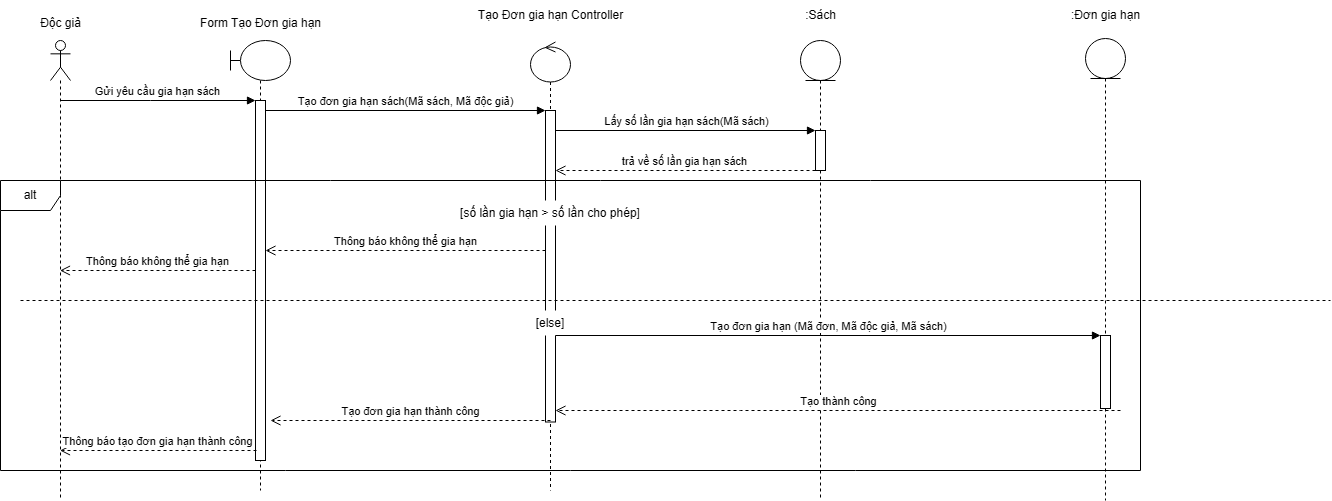
Above: Sequence Diagram/UC Gia hạn sách/Actor Độc giả - Gia Hạn Sách.drawio.png in kimcuongdev/LibrarySystemAD (draw.io), before the change. Source tidied: cells renumbered, new cells last; positions are measured from the earlier drawing's top-left corner, leaving out a move shared by most shapes.
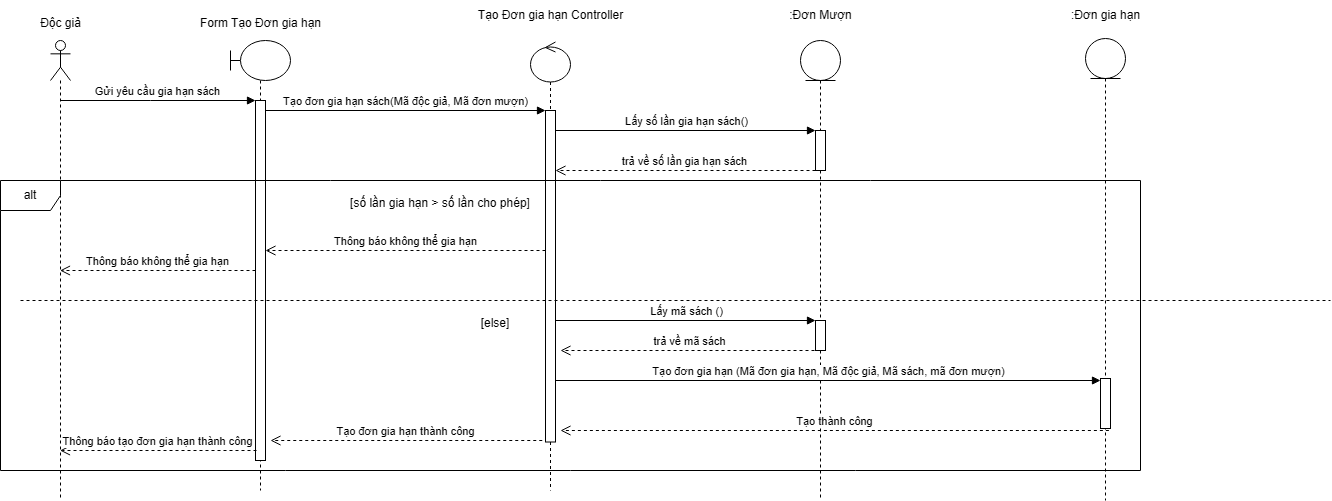
The same file after the commit.

Commit message:
update UC gia han sach

Diff of the diagram source:
```diff
@@ -15,7 +15,7 @@
       <mxGeometry x="530" y="41.5" width="40" height="448.5" as="geometry" />
     </mxCell>
     <mxCell id="6" style="html=1;points=[[0,0,0,0,5],[0,1,0,0,-5],[1,0,0,0,5],[1,1,0,0,-5]];perimeter=orthogonalPerimeter;outlineConnect=0;targetShapes=umlLifeline;portConstraint=eastwest;newEdgeStyle={&quot;curved&quot;:0,&quot;rounded&quot;:0};" parent="5" vertex="1">
-      <mxGeometry x="15" y="68.5" width="10" height="311.5" as="geometry" />
+      <mxGeometry x="15" y="68.5" width="10" height="331.5" as="geometry" />
     </mxCell>
     <mxCell id="7" value="Gửi yêu cầu gia hạn sách" style="html=1;verticalAlign=bottom;endArrow=block;curved=0;rounded=0;entryX=0;entryY=0;entryDx=0;entryDy=5;" parent="1" edge="1">
       <mxGeometry relative="1" as="geometry">
@@ -32,7 +32,7 @@
         <mxPoint x="59.5" y="270" as="targetPoint" />
       </mxGeometry>
     </mxCell>
-    <mxCell id="9" value="Tạo đơn gia hạn sách(Mã sách, Mã độc giả)" style="html=1;verticalAlign=bottom;endArrow=block;curved=0;rounded=0;" parent="1" edge="1">
+    <mxCell id="9" value="Tạo đơn gia hạn sách(Mã độc giả, Mã đơn mượn)" style="html=1;verticalAlign=bottom;endArrow=block;curved=0;rounded=0;" parent="1" edge="1">
       <mxGeometry relative="1" as="geometry">
         <mxPoint x="265" y="110" as="sourcePoint" />
         <mxPoint x="545" y="110" as="targetPoint" />
@@ -44,7 +44,10 @@
     <mxCell id="11" style="html=1;perimeter=orthogonalPerimeter;targetShapes=umlLifeline;newEdgeStyle={&quot;curved&quot;:0,&quot;rounded&quot;:0};" parent="10" vertex="1">
       <mxGeometry x="15" y="90" width="10" height="40" as="geometry" />
     </mxCell>
+    <mxCell id="31" style="html=1;perimeter=orthogonalPerimeter;targetShapes=umlLifeline;newEdgeStyle={&quot;curved&quot;:0,&quot;rounded&quot;:0};" parent="10" vertex="1">
+      <mxGeometry x="15" y="280" width="10" height="30" as="geometry" />
+    </mxCell>
-    <mxCell id="12" value="Lấy số lần gia hạn sách(Mã sách)" style="html=1;verticalAlign=bottom;endArrow=block;curved=0;rounded=0;entryX=0;entryY=0;entryDx=0;entryDy=5;" parent="1" edge="1">
+    <mxCell id="12" value="Lấy số lần gia hạn sách()" style="html=1;verticalAlign=bottom;endArrow=block;curved=0;rounded=0;entryX=0;entryY=0;entryDx=0;entryDy=5;" parent="1" edge="1">
       <mxGeometry relative="1" as="geometry">
         <mxPoint x="555" y="130" as="sourcePoint" />
         <mxPoint x="815" y="130" as="targetPoint" />
@@ -63,7 +66,7 @@
       </mxGeometry>
     </mxCell>
     <mxCell id="15" value="[số lần gia hạn &amp;gt; số lần cho phép]" style="text;html=1;align=center;verticalAlign=middle;whiteSpace=wrap;rounded=0;fillColor=default;" parent="1" vertex="1">
-      <mxGeometry x="450" y="200" width="200" height="25" as="geometry" />
+      <mxGeometry x="340" y="190" width="200" height="25" as="geometry" />
     </mxCell>
     <mxCell id="16" value="Thông báo tạo đơn gia hạn thành công" style="html=1;verticalAlign=bottom;endArrow=open;dashed=1;endSize=8;curved=0;rounded=0;exitX=0.1;exitY=0.982;exitDx=0;exitDy=0;exitPerimeter=0;" parent="1" edge="1">
       <mxGeometry relative="1" as="geometry">
@@ -81,7 +84,7 @@
       </mxGeometry>
     </mxCell>
     <mxCell id="19" value="[else]" style="text;html=1;align=center;verticalAlign=middle;whiteSpace=wrap;rounded=0;fillColor=default;" parent="1" vertex="1">
-      <mxGeometry x="525" y="310" width="50" height="25" as="geometry" />
+      <mxGeometry x="470" y="310" width="50" height="25" as="geometry" />
     </mxCell>
     <mxCell id="20" value="Độc giả" style="text;html=1;align=center;verticalAlign=middle;strokeColor=none;fillColor=default;" parent="1" vertex="1">
       <mxGeometry x="30" y="8" width="60" height="30" as="geometry" />
@@ -92,24 +95,24 @@
     <mxCell id="22" value="Tạo Đơn gia hạn Controller" style="text;html=1;align=center;verticalAlign=middle;strokeColor=none;fillColor=default;" parent="1" vertex="1">
       <mxGeometry x="460" width="180" height="30" as="geometry" />
     </mxCell>
-    <mxCell id="23" value=":Sách" style="text;html=1;align=center;verticalAlign=middle;strokeColor=none;fillColor=default;" parent="1" vertex="1">
-      <mxGeometry x="795" width="50" height="30" as="geometry" />
+    <mxCell id="23" value=":Đơn Mượn" style="text;html=1;align=center;verticalAlign=middle;strokeColor=none;fillColor=default;" parent="1" vertex="1">
+      <mxGeometry x="775" width="90" height="30" as="geometry" />
     </mxCell>
     <mxCell id="24" style="group;" parent="1" vertex="1">
-      <mxGeometry x="270" y="410" width="850" height="10" as="geometry" />
+      <mxGeometry x="270" y="430" width="825" height="10" as="geometry" />
     </mxCell>
     <mxCell id="25" value="Tạo thành công" style="html=1;verticalAlign=bottom;endArrow=open;dashed=1;endSize=8;curved=0;rounded=0;" parent="24" edge="1">
       <mxGeometry relative="1" as="geometry">
-        <mxPoint x="850" as="sourcePoint" />
-        <mxPoint x="285" as="targetPoint" />
+        <mxPoint x="838.4" as="sourcePoint" />
+        <mxPoint x="290" as="targetPoint" />
         <Array as="points">
-          <mxPoint x="470" />
+          <mxPoint x="469.6" />
         </Array>
       </mxGeometry>
     </mxCell>
     <mxCell id="26" value="Tạo đơn gia hạn thành công" style="html=1;verticalAlign=bottom;endArrow=open;dashed=1;endSize=8;curved=0;rounded=0;" parent="24" edge="1">
       <mxGeometry relative="1" as="geometry">
-        <mxPoint x="280" y="10" as="sourcePoint" />
+        <mxPoint x="271.8" y="10" as="sourcePoint" />
         <mxPoint y="10" as="targetPoint" />
       </mxGeometry>
     </mxCell>
@@ -117,13 +120,28 @@
       <mxGeometry x="1085" y="38" width="40" height="462" as="geometry" />
     </mxCell>
     <mxCell id="28" style="html=1;points=[[0,0,0,0,5],[0,1,0,0,-5],[1,0,0,0,5],[1,1,0,0,-5]];perimeter=orthogonalPerimeter;outlineConnect=0;targetShapes=umlLifeline;portConstraint=eastwest;newEdgeStyle={&quot;curved&quot;:0,&quot;rounded&quot;:0};" parent="27" vertex="1">
-      <mxGeometry x="15" y="297" width="10" height="73" as="geometry" />
+      <mxGeometry x="15" y="340" width="10" height="50" as="geometry" />
     </mxCell>
     <mxCell id="29" value=":Đơn gia hạn" style="text;html=1;align=center;verticalAlign=middle;strokeColor=none;fillColor=default;" parent="1" vertex="1">
       <mxGeometry x="1050" width="110" height="30" as="geometry" />
     </mxCell>
-    <mxCell id="30" value="Tạo đơn gia hạn (Mã đơn, Mã độc giả, Mã sách)" style="html=1;verticalAlign=bottom;endArrow=block;curved=0;rounded=0;" parent="1" edge="1" source="6" target="28">
-      <mxGeometry relative="1" as="geometry" />
+    <mxCell id="30" value="Tạo đơn gia hạn (Mã đơn gia hạn, Mã độc giả, Mã sách, mã đơn mượn)" style="html=1;verticalAlign=bottom;endArrow=block;curved=0;rounded=0;" parent="1" edge="1">
+      <mxGeometry relative="1" as="geometry">
+        <mxPoint x="555" y="380" as="sourcePoint" />
+        <mxPoint x="1100" y="380" as="targetPoint" />
+      </mxGeometry>
     </mxCell>
+    <mxCell id="32" value="Lấy mã sách ()" style="html=1;verticalAlign=bottom;endArrow=block;curved=0;rounded=0;entryX=0;entryY=0;entryDx=0;entryDy=5;" parent="1" edge="1">
+      <mxGeometry relative="1" as="geometry">
+        <mxPoint x="555" y="320" as="sourcePoint" />
+        <mxPoint x="815" y="320" as="targetPoint" />
+      </mxGeometry>
+    </mxCell>
+    <mxCell id="33" value="trả về mã sách" style="html=1;verticalAlign=bottom;endArrow=open;dashed=1;endSize=8;curved=0;rounded=0;exitX=0;exitY=1;exitDx=0;exitDy=-5;" parent="1" edge="1">
+      <mxGeometry relative="1" as="geometry">
+        <mxPoint x="820" y="350" as="sourcePoint" />
+        <mxPoint x="560" y="350" as="targetPoint" />
+      </mxGeometry>
+    </mxCell>
   </root>
 </mxGraphModel>
```
